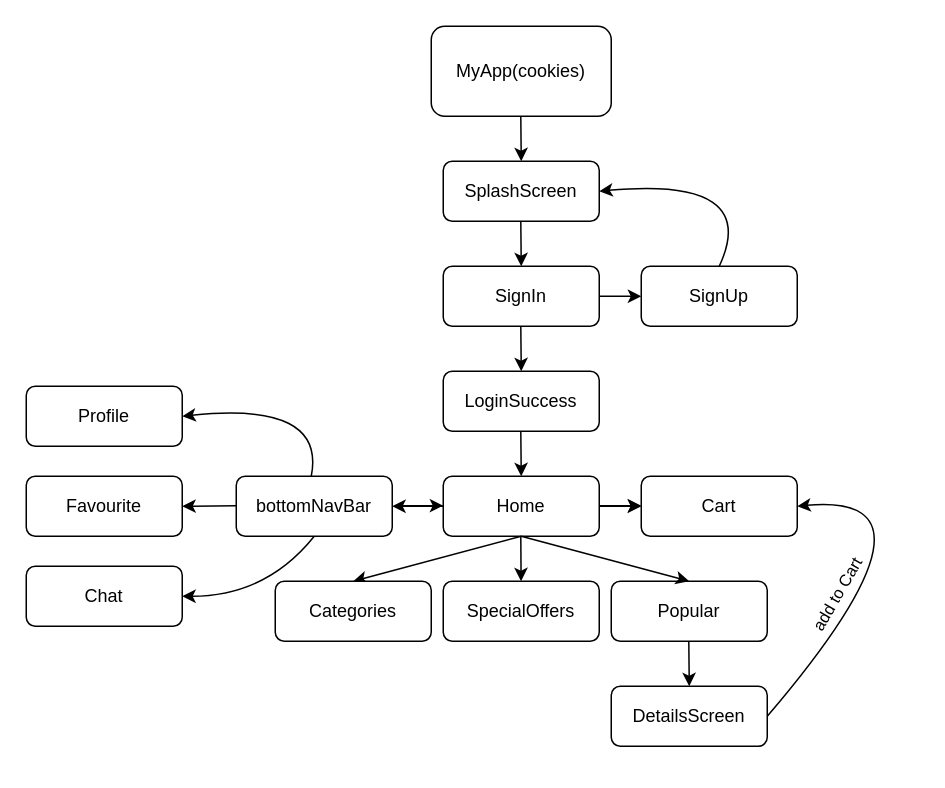
The draw.io diagram diagram/Untitled Diagram.drawio in 88srzh/cookies, before the edit. Source tidied: cells renumbered, new cells numbered last; positions are measured from the earlier drawing's top-left corner, leaving out a move shared by most shapes. Both pictures are drawn from the tidied source at 150%, with x=0, y=0 at pixel (26, 26).
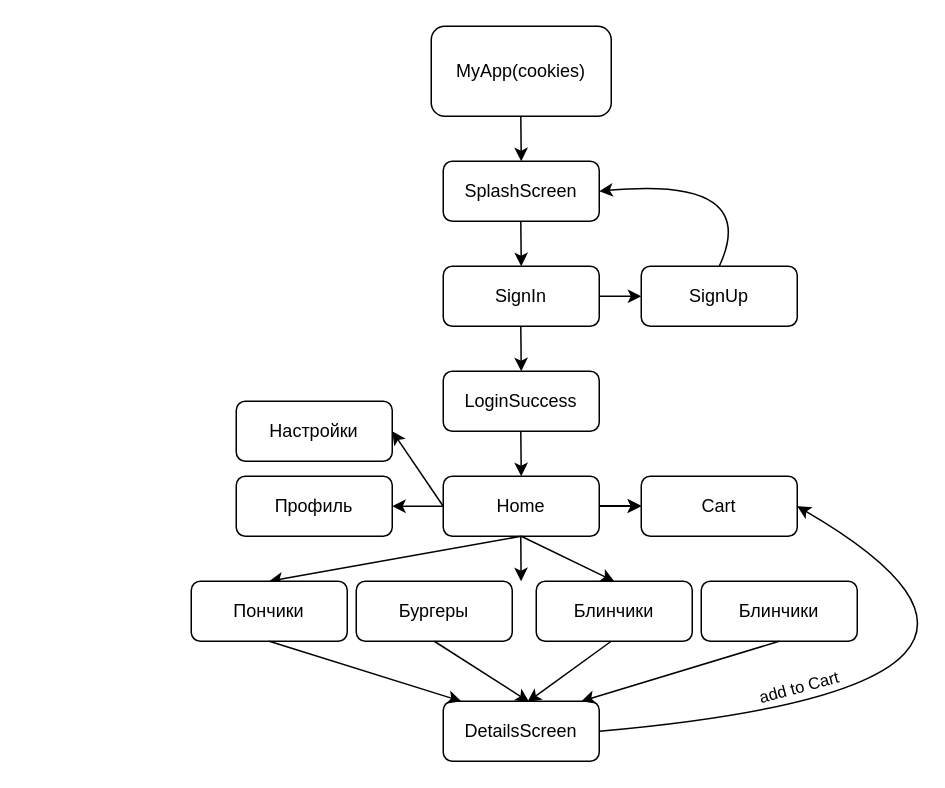
Above is the later version.

The change refers to these unchanged cells:
```xml
<mxCell id="12" value="Home" style="rounded=1;whiteSpace=wrap;html=1;" parent="1" vertex="1">
  <mxGeometry x="278" y="300" width="104" height="40" as="geometry" />
</mxCell>
```

Diff of the diagram source:
```diff
@@
-    <mxCell id="18" value="Categories" style="rounded=1;whiteSpace=wrap;html=1;" parent="1" vertex="1">
-      <mxGeometry x="166" y="370" width="104" height="40" as="geometry" />
+    <mxCell id="18" value="Пончики" style="rounded=1;whiteSpace=wrap;html=1;" parent="1" vertex="1">
+      <mxGeometry x="110" y="370" width="104" height="40" as="geometry" />
     </mxCell>
-    <mxCell id="19" value="SpecialOffers" style="rounded=1;whiteSpace=wrap;html=1;" parent="1" vertex="1">
-      <mxGeometry x="278" y="370" width="104" height="40" as="geometry" />
+    <mxCell id="19" value="Бургеры" style="rounded=1;whiteSpace=wrap;html=1;" parent="1" vertex="1">
+      <mxGeometry x="220" y="370" width="104" height="40" as="geometry" />
     </mxCell>
-    <mxCell id="20" value="Popular" style="rounded=1;whiteSpace=wrap;html=1;" parent="1" vertex="1">
-      <mxGeometry x="390" y="370" width="104" height="40" as="geometry" />
+    <mxCell id="20" value="Блинчики" style="rounded=1;whiteSpace=wrap;html=1;" parent="1" vertex="1">
+      <mxGeometry x="340" y="370" width="104" height="40" as="geometry" />
     </mxCell>
@@
-    <mxCell id="23" style="endArrow=classic;html=1;" parent="1" edge="1">
+    <mxCell id="23" style="endArrow=classic;html=1;entryX=0.54;entryY=0.011;entryDx=0;entryDy=0;entryPerimeter=0;" parent="1" edge="1" target="24">
       <mxGeometry relative="1" as="geometry">
-        <mxPoint x="441.7" y="410" as="sourcePoint" />
-        <mxPoint x="442" y="440" as="targetPoint" />
+        <mxPoint x="390" y="410" as="sourcePoint" />
       </mxGeometry>
     </mxCell>
     <mxCell id="24" value="DetailsScreen" style="rounded=1;whiteSpace=wrap;html=1;" parent="1" vertex="1">
-      <mxGeometry x="390" y="440" width="104" height="40" as="geometry" />
+      <mxGeometry x="278" y="450" width="104" height="40" as="geometry" />
     </mxCell>
     <mxCell id="25" style="curved=1;endArrow=classic;html=1;exitX=1;exitY=0.5;exitDx=0;exitDy=0;entryX=1;entryY=0.5;entryDx=0;entryDy=0;" parent="1" edge="1" source="24">
       <mxGeometry relative="1" as="geometry">
         <mxPoint x="514" y="320" as="targetPoint" />
         <Array as="points">
-          <mxPoint x="622" y="310" />
+          <mxPoint x="720" y="440" />
         </Array>
       </mxGeometry>
     </mxCell>
-    <mxCell id="26" value="add to Cart" style="edgeLabel;html=1;align=center;verticalAlign=middle;rotation=-60;" parent="25" vertex="1">
+    <mxCell id="26" value="add to Cart" style="edgeLabel;html=1;align=center;verticalAlign=middle;rotation=-15;" parent="25" vertex="1">
       <mxGeometry x="-0.42" y="6" relative="1" as="geometry">
-        <mxPoint x="-6.7" y="-9" as="offset" />
+        <mxPoint x="-34.2" y="-9" as="offset" />
       </mxGeometry>
     </mxCell>
-    <mxCell id="27" value="bottomNavBar" style="rounded=1;whiteSpace=wrap;html=1;" parent="1" vertex="1">
-      <mxGeometry x="140" y="300" width="104" height="40" as="geometry" />
+    <mxCell id="27" value="Настройки" style="rounded=1;whiteSpace=wrap;html=1;" parent="1" vertex="1">
+      <mxGeometry x="140" y="250" width="104" height="40" as="geometry" />
     </mxCell>
@@
-    <mxCell id="29" style="edgeStyle=orthogonalEdgeStyle;rounded=0;orthogonalLoop=1;jettySize=auto;html=1;" parent="1" edge="1">
-      <mxGeometry relative="1" as="geometry">
-        <mxPoint x="250" y="319.6" as="sourcePoint" />
-        <mxPoint x="278" y="319.6" as="targetPoint" />
-      </mxGeometry>
+    <mxCell id="29" style="edgeStyle=orthogonalEdgeStyle;rounded=0;jettySize=auto;html=1;entryX=1;entryY=0.5;entryDx=0;entryDy=0;" parent="1" edge="1" source="12" target="33">
+      <mxGeometry relative="1" as="geometry" />
     </mxCell>
-    <mxCell id="30" style="endArrow=classic;html=1;entryX=1;entryY=0.5;entryDx=0;entryDy=0;" parent="1" edge="1" target="31">
-      <mxGeometry relative="1" as="geometry">
-        <mxPoint x="140" y="319.6" as="sourcePoint" />
-      </mxGeometry>
-    </mxCell>
-    <mxCell id="31" value="Favourite" style="rounded=1;whiteSpace=wrap;html=1;" parent="1" vertex="1">
-      <mxGeometry y="300" width="104" height="40" as="geometry" />
-    </mxCell>
-    <mxCell id="32" value="Chat" style="rounded=1;whiteSpace=wrap;html=1;" parent="1" vertex="1">
-      <mxGeometry y="360" width="104" height="40" as="geometry" />
-    </mxCell>
-    <mxCell id="33" value="Profile" style="rounded=1;whiteSpace=wrap;html=1;" parent="1" vertex="1">
-      <mxGeometry y="240" width="104" height="40" as="geometry" />
+    <mxCell id="33" value="Профиль" style="rounded=1;whiteSpace=wrap;html=1;" parent="1" vertex="1">
+      <mxGeometry x="140" y="300" width="104" height="40" as="geometry" />
     </mxCell>
-    <mxCell id="34" style="curved=1;endArrow=classic;html=1;exitX=0.5;exitY=0;exitDx=0;exitDy=0;entryX=1;entryY=0.5;entryDx=0;entryDy=0;" parent="1" edge="1" target="33">
-      <mxGeometry relative="1" as="geometry">
-        <mxPoint x="190" y="300" as="sourcePoint" />
-        <Array as="points">
-          <mxPoint x="200" y="250" />
-        </Array>
-      </mxGeometry>
-    </mxCell>
-    <mxCell id="35" style="curved=1;endArrow=classic;html=1;exitX=0.5;exitY=1;exitDx=0;exitDy=0;entryX=1;entryY=0.5;entryDx=0;entryDy=0;" parent="1" edge="1" source="27">
-      <mxGeometry relative="1" as="geometry">
-        <mxPoint x="104" y="380" as="targetPoint" />
-        <Array as="points">
-          <mxPoint x="160" y="380" />
-        </Array>
-      </mxGeometry>
-    </mxCell>
+    <mxCell id="36" value="Блинчики" style="rounded=1;whiteSpace=wrap;html=1;" parent="1" vertex="1">
+      <mxGeometry x="450" y="370" width="104" height="40" as="geometry" />
+    </mxCell>
+    <mxCell id="37" style="endArrow=classic;html=1;entryX=0.551;entryY=0.011;entryDx=0;entryDy=0;entryPerimeter=0;exitX=0.5;exitY=1;exitDx=0;exitDy=0;" parent="1" edge="1" source="19" target="24">
+      <mxGeometry relative="1" as="geometry" />
+    </mxCell>
+    <mxCell id="38" style="endArrow=classic;html=1;exitX=0.5;exitY=1;exitDx=0;exitDy=0;entryX=0.885;entryY=0;entryDx=0;entryDy=0;entryPerimeter=0;" parent="1" edge="1" source="36" target="24">
+      <mxGeometry relative="1" as="geometry" />
+    </mxCell>
+    <mxCell id="39" style="endArrow=classic;html=1;exitX=0.5;exitY=1;exitDx=0;exitDy=0;" parent="1" edge="1" source="18">
+      <mxGeometry relative="1" as="geometry">
+        <mxPoint x="290" y="450" as="targetPoint" />
+      </mxGeometry>
+    </mxCell>
```
